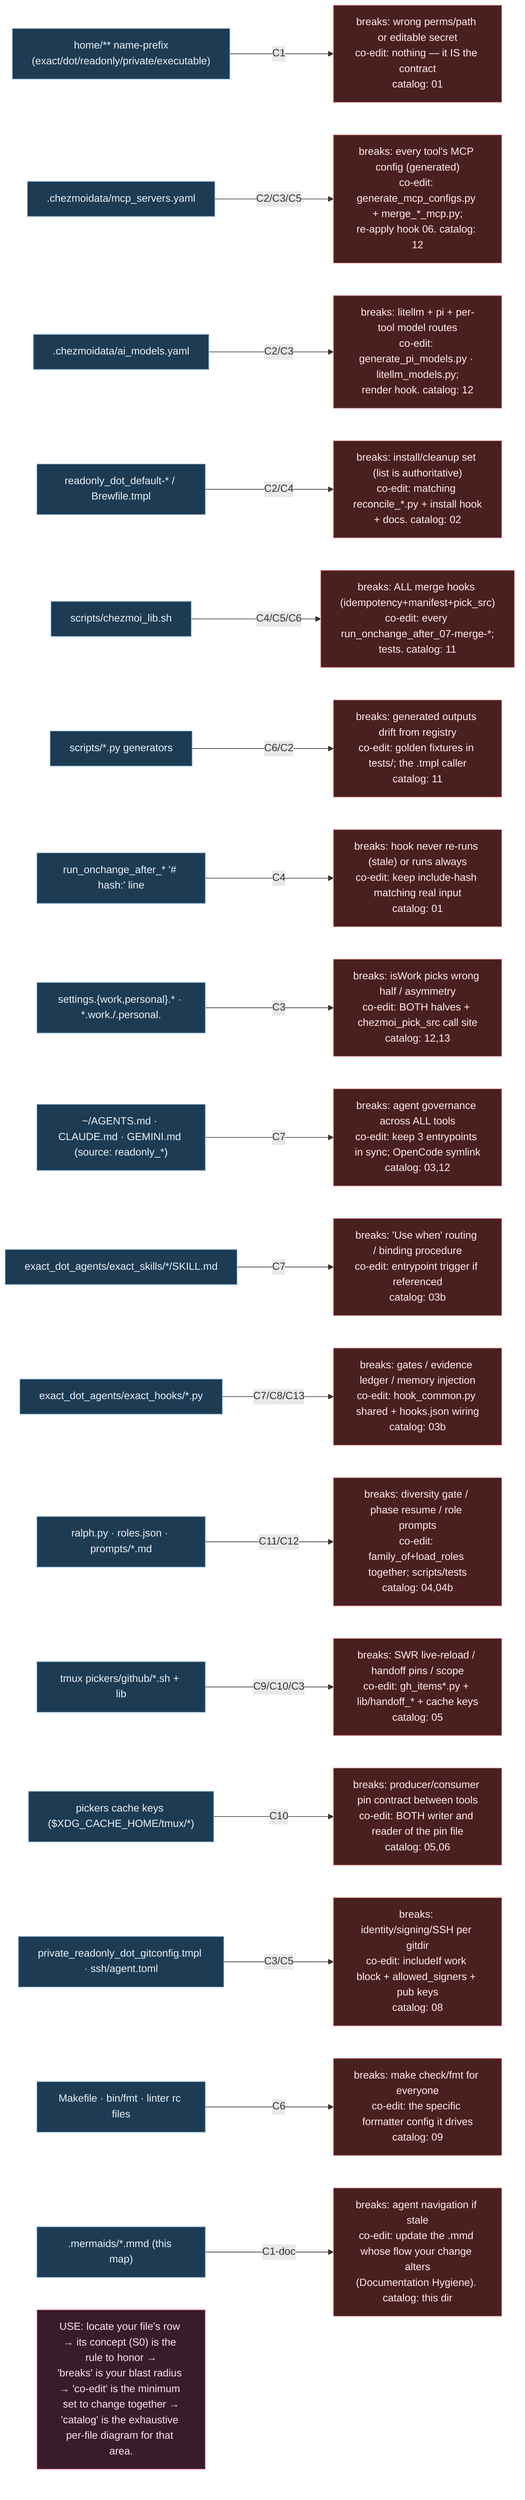
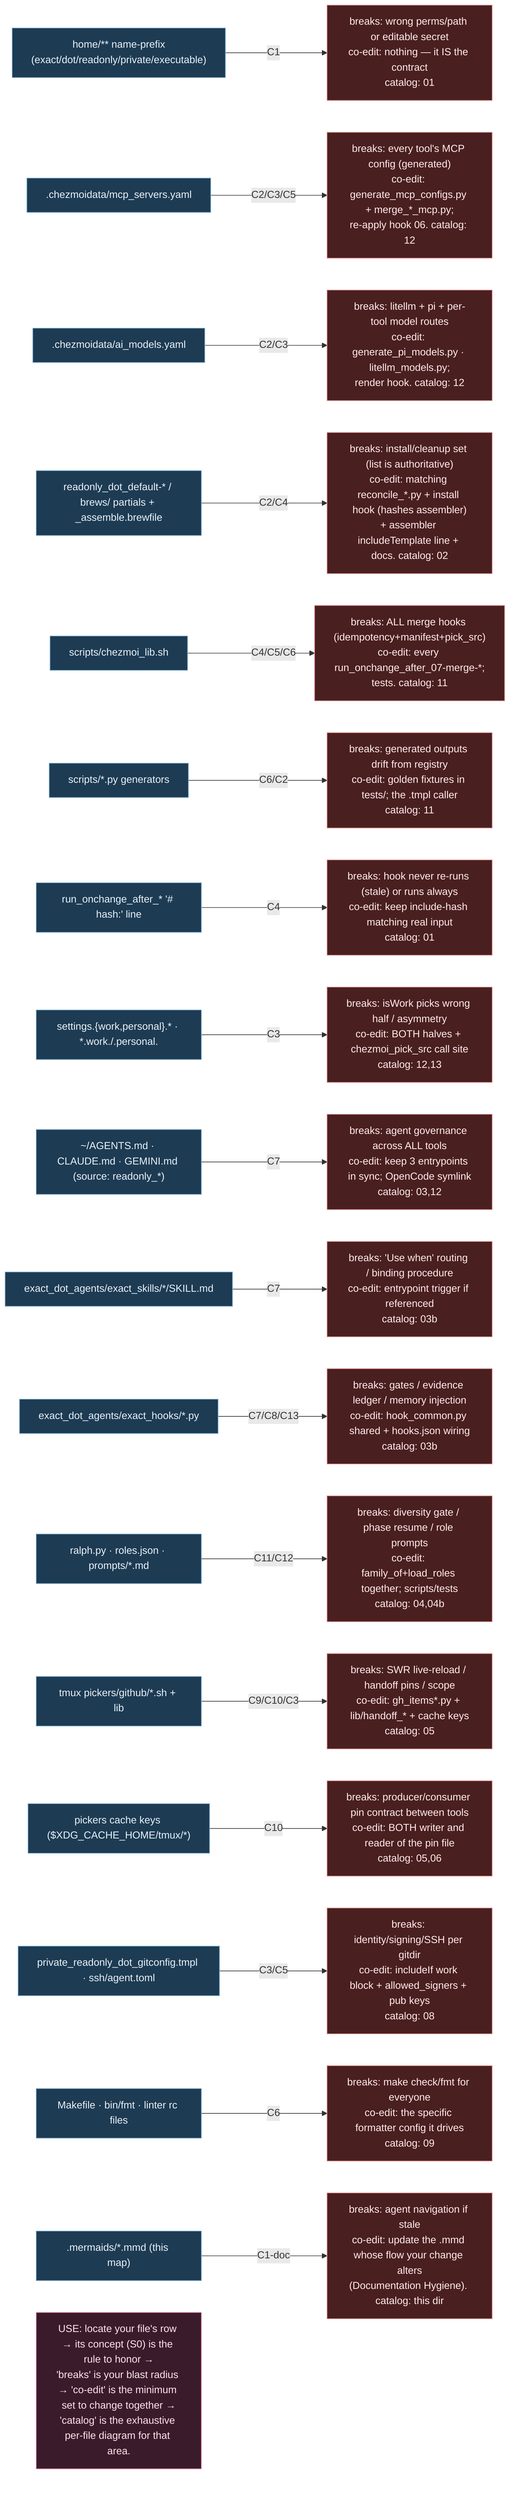
%% ============================================================================
%% SR-index.mmd — REVERSE INDEX ("maps into each particle").
%% Given a file/area you're about to touch, find: which CONCEPT it serves,
%% what BREAKS if you change it wrong, and the CO-EDIT SET (what must move with
%% it). This is the bridge from the semantic cloud (S0) down to the exhaustive
%% catalog (00-13). Concept IDs (C1..C13) refer to S0-concepts.mmd.
%% Mermaid note: rendered as a left→right map; for the dense table read source.
%% ============================================================================
flowchart LR
    classDef area fill:#1d3b53,stroke:#7fb3d5,color:#eaf2f8;
    classDef c fill:#3a1b2b,stroke:#f48fb1,color:#fce4ec;
    classDef brk fill:#4a1f1f,stroke:#ef9a9a,color:#ffebee;

    A1["home/** name-prefix<br/>(exact/dot/readonly/private/executable)"]:::area -->|C1| B1["breaks: wrong perms/path or editable secret<br/>co-edit: nothing — it IS the contract<br/>catalog: 01"]:::brk
    A2[".chezmoidata/mcp_servers.yaml"]:::area -->|C2/C3/C5| B2["breaks: every tool's MCP config (generated)<br/>co-edit: generate_mcp_configs.py + merge_*_mcp.py;<br/>re-apply hook 06. catalog: 12"]:::brk
    A3[".chezmoidata/ai_models.yaml"]:::area -->|C2/C3| B3["breaks: litellm + pi + per-tool model routes<br/>co-edit: generate_pi_models.py · litellm_models.py;<br/>render hook. catalog: 12"]:::brk
-     A4["readonly_dot_default-* / Brewfile.tmpl"]:::area -->|C2/C4| B4["breaks: install/cleanup set (list is authoritative)<br/>co-edit: matching reconcile_*.py + install hook<br/>+ docs. catalog: 02"]:::brk
+     A4["readonly_dot_default-* / brews/ partials + _assemble.brewfile"]:::area -->|C2/C4| B4["breaks: install/cleanup set (list is authoritative)<br/>co-edit: matching reconcile_*.py + install hook (hashes assembler)<br/>+ assembler includeTemplate line + docs. catalog: 02"]:::brk
    A5["scripts/chezmoi_lib.sh"]:::area -->|C4/C5/C6| B5["breaks: ALL merge hooks (idempotency+manifest+pick_src)<br/>co-edit: every run_onchange_after_07-merge-*;<br/>tests. catalog: 11"]:::brk
    A6["scripts/*.py generators"]:::area -->|C6/C2| B6["breaks: generated outputs drift from registry<br/>co-edit: golden fixtures in tests/; the .tmpl caller<br/>catalog: 11"]:::brk
    A7["run_onchange_after_* '# hash:' line"]:::area -->|C4| B7["breaks: hook never re-runs (stale) or runs always<br/>co-edit: keep include-hash matching real input<br/>catalog: 01"]:::brk
    A8["settings.{work,personal}.* · *.work./.personal."]:::area -->|C3| B8["breaks: isWork picks wrong half / asymmetry<br/>co-edit: BOTH halves + chezmoi_pick_src call site<br/>catalog: 12,13"]:::brk
    A9["~/AGENTS.md · CLAUDE.md · GEMINI.md (source: readonly_*)"]:::area -->|C7| B9["breaks: agent governance across ALL tools<br/>co-edit: keep 3 entrypoints in sync; OpenCode symlink<br/>catalog: 03,12"]:::brk
    A10["exact_dot_agents/exact_skills/*/SKILL.md"]:::area -->|C7| B10["breaks: 'Use when' routing / binding procedure<br/>co-edit: entrypoint trigger if referenced<br/>catalog: 03b"]:::brk
    A11["exact_dot_agents/exact_hooks/*.py"]:::area -->|C7/C8/C13| B11["breaks: gates / evidence ledger / memory injection<br/>co-edit: hook_common.py shared + hooks.json wiring<br/>catalog: 03b"]:::brk
    A12["ralph.py · roles.json · prompts/*.md"]:::area -->|C11/C12| B12["breaks: diversity gate / phase resume / role prompts<br/>co-edit: family_of+load_roles together; scripts/tests<br/>catalog: 04,04b"]:::brk
    A13["tmux pickers/github/*.sh + lib"]:::area -->|C9/C10/C3| B13["breaks: SWR live-reload / handoff pins / scope<br/>co-edit: gh_items*.py + lib/handoff_* + cache keys<br/>catalog: 05"]:::brk
    A14["pickers cache keys ($XDG_CACHE_HOME/tmux/*)"]:::area -->|C10| B14["breaks: producer/consumer pin contract between tools<br/>co-edit: BOTH writer and reader of the pin file<br/>catalog: 05,06"]:::brk
    A15["private_readonly_dot_gitconfig.tmpl · ssh/agent.toml"]:::area -->|C3/C5| B15["breaks: identity/signing/SSH per gitdir<br/>co-edit: includeIf work block + allowed_signers + pub keys<br/>catalog: 08"]:::brk
    A16["Makefile · bin/fmt · linter rc files"]:::area -->|C6| B16["breaks: make check/fmt for everyone<br/>co-edit: the specific formatter config it drives<br/>catalog: 09"]:::brk
    A17[".mermaids/*.mmd (this map)"]:::area -->|C1-doc| B17["breaks: agent navigation if stale<br/>co-edit: update the .mmd whose flow your change alters<br/>(Documentation Hygiene). catalog: this dir"]:::brk

    GUIDE["USE: locate your file's row → its concept (S0) is the rule to honor →<br/>'breaks' is your blast radius → 'co-edit' is the minimum set to change together →<br/>'catalog' is the exhaustive per-file diagram for that area."]:::c
